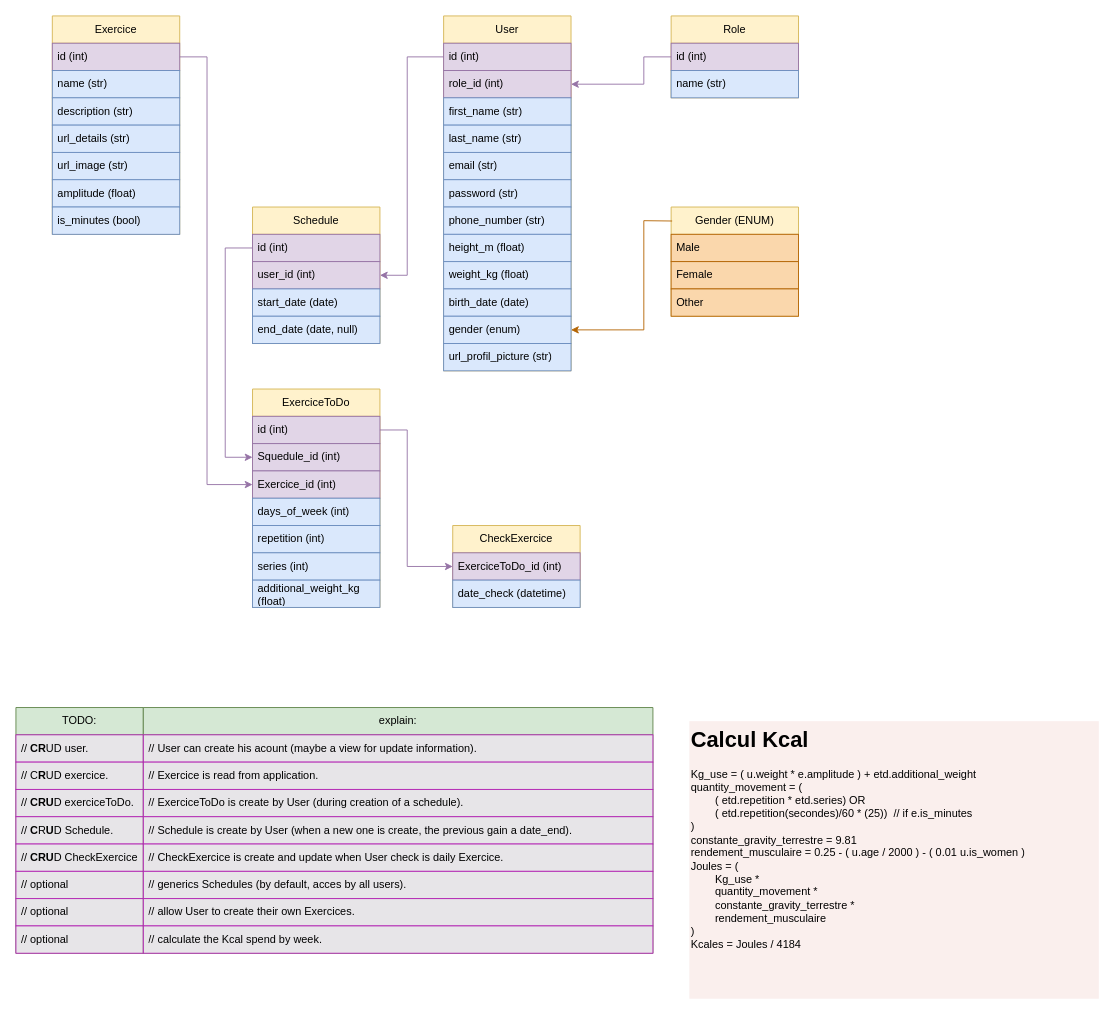
Earlier version of the draw.io diagram page "DB" (1 of 2) of Analyse.drawio (Ailten/Sport-Schedule-Py). Source tidied: cells renumbered, new cells numbered last; positions are measured from the earlier drawing's top-left corner, leaving out a move shared by most shapes. Both pictures are drawn from the tidied source at 91%, with x=0, y=0 at pixel (15, 15).
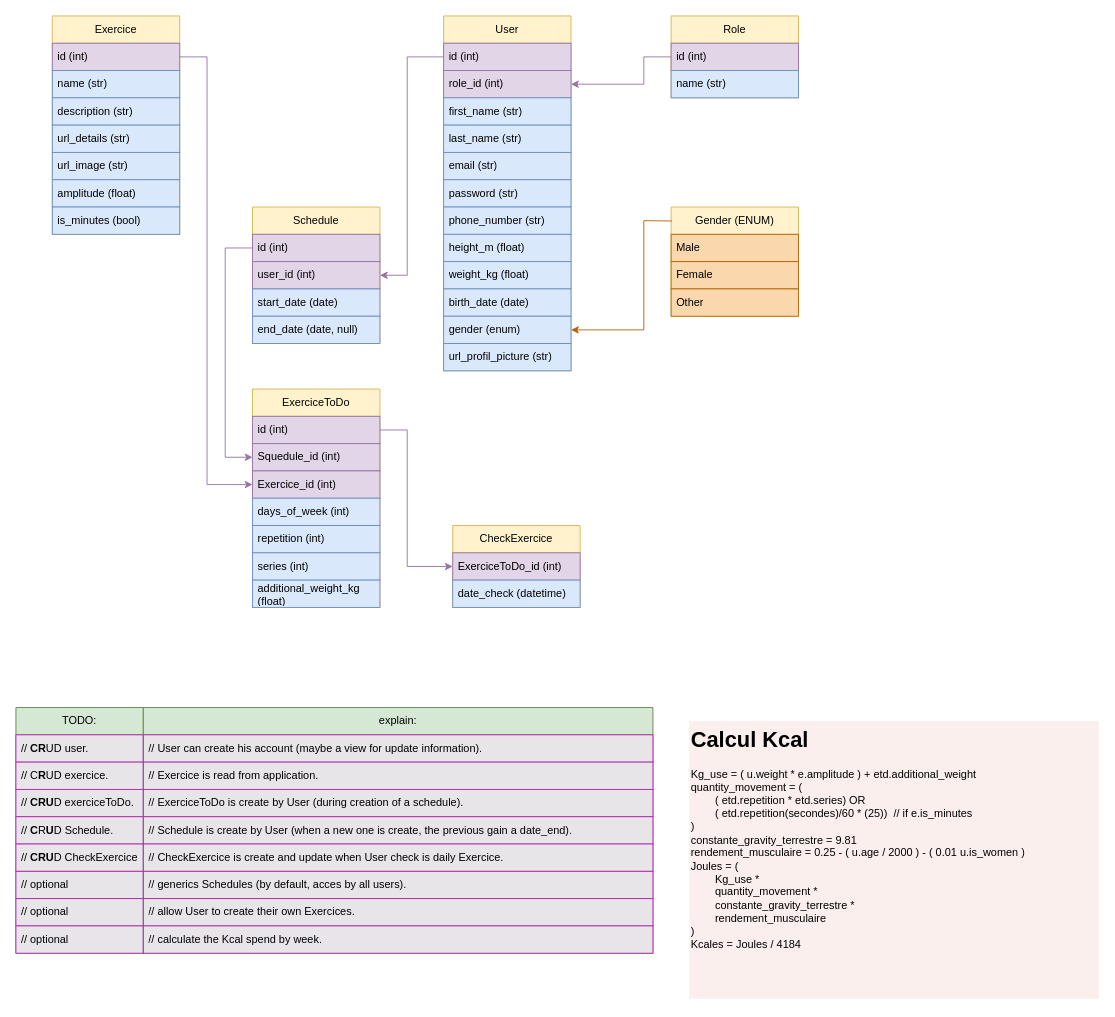
After the change.

Commit message (it also covers changes not shown here):
edit user work (and all user feature).

The change refers to these unchanged cells:
```xml
<mxCell id="51" value="explain:" style="swimlane;fontStyle=0;horizontal=1;startSize=30;whiteSpace=wrap;html=1;fillColor=#d5e8d4;strokeColor=#60854C;" parent="1" vertex="1">
  <mxGeometry x="140" y="760" width="560" height="270" as="geometry" />
</mxCell>
```

Diff of the diagram source:
```diff
@@
-    <mxCell id="52" value="// User can create his acount (maybe a view for update information)." style="text;align=left;verticalAlign=middle;spacingLeft=4;spacingRight=4;overflow=hidden;whiteSpace=wrap;html=1;fillColor=#E7E5E8;strokeColor=#B325B3;" parent="51" vertex="1">
+    <mxCell id="52" value="// User can create his account (maybe a view for update information)." style="text;align=left;verticalAlign=middle;spacingLeft=4;spacingRight=4;overflow=hidden;whiteSpace=wrap;html=1;fillColor=#E7E5E8;strokeColor=#B325B3;" parent="51" vertex="1">
       <mxGeometry y="30" width="560" height="30" as="geometry" />
     </mxCell>
```
